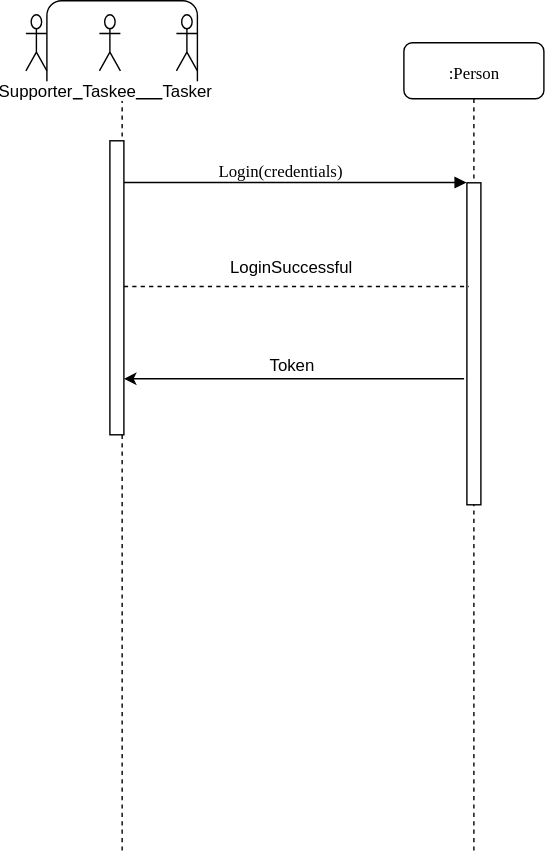
The draw.io diagram planning-and-analysis/functional-modeling/diagrams/sequence-diagram/login_sequence_diagram.svg in hessamhz/software-engineering-project, before a commit. Source tidied: cells renumbered, new cells last; positions are measured from the earlier drawing's top-left corner, leaving out a move shared by most shapes. Source of this version:
```xml
<mxGraphModel background="#ffffff">
  <root>
    <mxCell id="0" />
    <mxCell id="1" parent="0" />
    <mxCell id="2" value=":Person" style="shape=umlLifeline;perimeter=lifelinePerimeter;whiteSpace=wrap;html=1;rounded=1;shadow=0;comic=0;labelBackgroundColor=none;strokeWidth=1;fontFamily=Verdana;fontSize=12;align=center;" parent="1" vertex="1">
      <mxGeometry x="270" y="30" width="100" height="580" as="geometry" />
    </mxCell>
    <mxCell id="3" style="html=1;points=[];perimeter=orthogonalPerimeter;rounded=0;shadow=0;comic=0;labelBackgroundColor=none;strokeWidth=1;fontFamily=Verdana;fontSize=12;align=center;" parent="2" vertex="1">
      <mxGeometry x="45" y="100" width="10" height="230" as="geometry" />
    </mxCell>
    <mxCell id="4" style="shape=umlLifeline;perimeter=lifelinePerimeter;whiteSpace=wrap;html=1;rounded=1;shadow=0;comic=0;labelBackgroundColor=none;strokeWidth=1;fontFamily=Verdana;fontSize=12;align=center;size=70;" parent="1" vertex="1">
      <mxGeometry x="15" width="107.5" height="610" as="geometry" />
    </mxCell>
    <mxCell id="5" style="html=1;points=[];perimeter=orthogonalPerimeter;rounded=0;shadow=0;comic=0;labelBackgroundColor=none;strokeWidth=1;fontFamily=Verdana;fontSize=12;align=center;" parent="4" vertex="1">
      <mxGeometry x="45" y="100" width="10" height="210" as="geometry" />
    </mxCell>
    <mxCell id="6" value="Taskee" style="shape=umlActor;verticalLabelPosition=bottom;labelBackgroundColor=#ffffff;verticalAlign=top;html=1;" parent="4" vertex="1">
      <mxGeometry x="37.5" y="10" width="15" height="40" as="geometry" />
    </mxCell>
    <mxCell id="7" value="Tasker" style="shape=umlActor;verticalLabelPosition=bottom;labelBackgroundColor=#ffffff;verticalAlign=top;html=1;" parent="4" vertex="1">
      <mxGeometry x="92.5" y="10" width="15" height="40" as="geometry" />
    </mxCell>
    <mxCell id="8" value="Login(credentials)" style="html=1;verticalAlign=bottom;endArrow=block;entryX=0;entryY=0;labelBackgroundColor=none;fontFamily=Verdana;fontSize=12;edgeStyle=elbowEdgeStyle;elbow=vertical;" parent="1" edge="1" source="5" target="3">
      <mxGeometry relative="1" as="geometry" />
    </mxCell>
    <mxCell id="9" value="Supporter&lt;br&gt;" style="shape=umlActor;verticalLabelPosition=bottom;labelBackgroundColor=#ffffff;verticalAlign=top;html=1;" parent="1" vertex="1">
      <mxGeometry y="10" width="15" height="40" as="geometry" />
    </mxCell>
    <mxCell id="10" style="endArrow=none;dashed=1;html=1;entryX=0.148;entryY=0.322;entryDx=0;entryDy=0;entryPerimeter=0;" parent="1" edge="1" source="5" target="3">
      <mxGeometry relative="1" as="geometry" />
    </mxCell>
    <mxCell id="11" value="LoginSuccessful" style="text;html=1;strokeColor=none;fillColor=none;align=center;verticalAlign=middle;whiteSpace=wrap;rounded=0;" parent="1" vertex="1">
      <mxGeometry x="170" y="180" width="40" height="20" as="geometry" />
    </mxCell>
    <mxCell id="12" style="endArrow=classic;html=1;" parent="1" edge="1" target="5">
      <mxGeometry relative="1" as="geometry">
        <mxPoint x="313" y="270" as="sourcePoint" />
        <Array as="points">
          <mxPoint x="190" y="270" />
        </Array>
      </mxGeometry>
    </mxCell>
    <mxCell id="13" value="Token" style="text;html=1;strokeColor=none;fillColor=none;align=center;verticalAlign=middle;whiteSpace=wrap;rounded=0;" parent="1" vertex="1">
      <mxGeometry x="170" y="250" width="40" height="20" as="geometry" />
    </mxCell>
  </root>
</mxGraphModel>
```
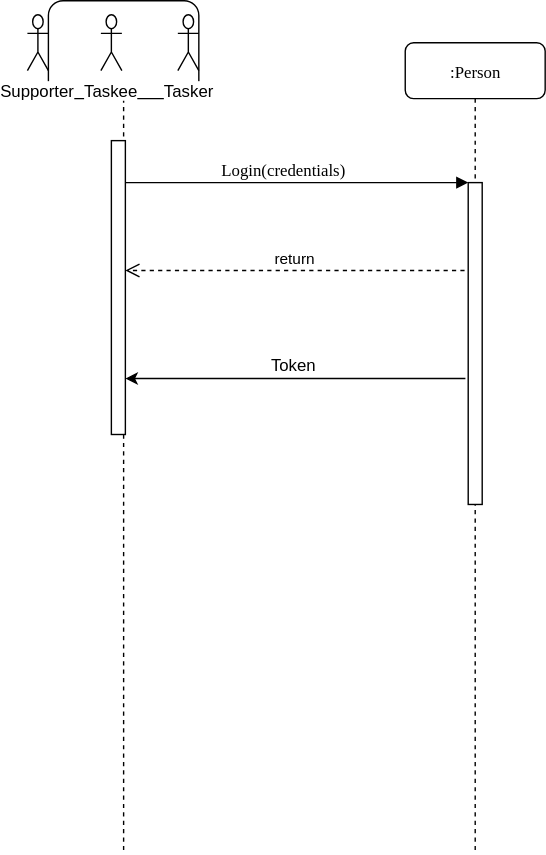
The same file after the commit.

Diff of the diagram source:
```diff
@@ -26,12 +26,6 @@
     <mxCell id="9" value="Supporter&lt;br&gt;" style="shape=umlActor;verticalLabelPosition=bottom;labelBackgroundColor=#ffffff;verticalAlign=top;html=1;" parent="1" vertex="1">
       <mxGeometry y="10" width="15" height="40" as="geometry" />
     </mxCell>
-    <mxCell id="10" style="endArrow=none;dashed=1;html=1;entryX=0.148;entryY=0.322;entryDx=0;entryDy=0;entryPerimeter=0;" parent="1" edge="1" source="5" target="3">
-      <mxGeometry relative="1" as="geometry" />
-    </mxCell>
-    <mxCell id="11" value="LoginSuccessful" style="text;html=1;strokeColor=none;fillColor=none;align=center;verticalAlign=middle;whiteSpace=wrap;rounded=0;" parent="1" vertex="1">
-      <mxGeometry x="170" y="180" width="40" height="20" as="geometry" />
-    </mxCell>
     <mxCell id="12" style="endArrow=classic;html=1;" parent="1" edge="1" target="5">
       <mxGeometry relative="1" as="geometry">
         <mxPoint x="313" y="270" as="sourcePoint" />
@@ -43,5 +37,8 @@
     <mxCell id="13" value="Token" style="text;html=1;strokeColor=none;fillColor=none;align=center;verticalAlign=middle;whiteSpace=wrap;rounded=0;" parent="1" vertex="1">
       <mxGeometry x="170" y="250" width="40" height="20" as="geometry" />
     </mxCell>
+    <mxCell id="14" value="return" style="html=1;verticalAlign=bottom;endArrow=open;dashed=1;endSize=8;exitX=-0.26;exitY=0.273;exitDx=0;exitDy=0;exitPerimeter=0;" parent="1" edge="1" source="3" target="5">
+      <mxGeometry relative="1" as="geometry" />
+    </mxCell>
   </root>
 </mxGraphModel>
```
